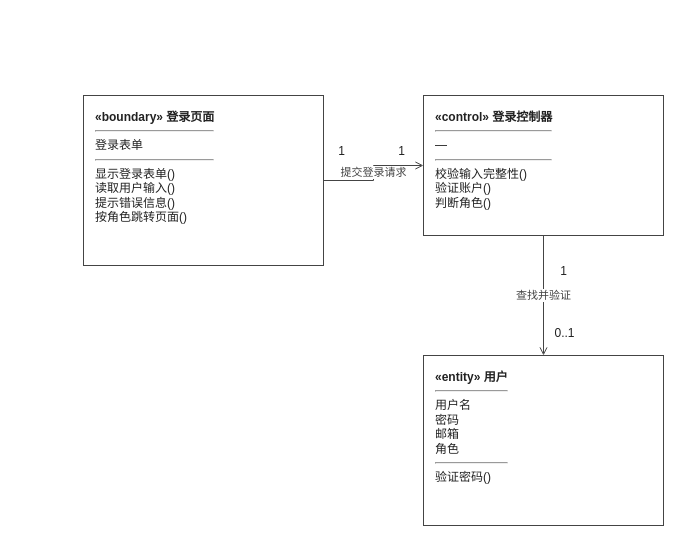
Earlier version of the draw.io diagram docs/交付/1-账户管理-成员B/images/用户登录_类模型图.drawio (chennuo1101/electronic-photo-album-system1). Source tidied: cells renumbered, new cells numbered last; positions are measured from the earlier drawing's top-left corner, leaving out a move shared by most shapes. Both pictures are drawn from the tidied source at 100%, with x=0, y=0 at pixel (83, 95).
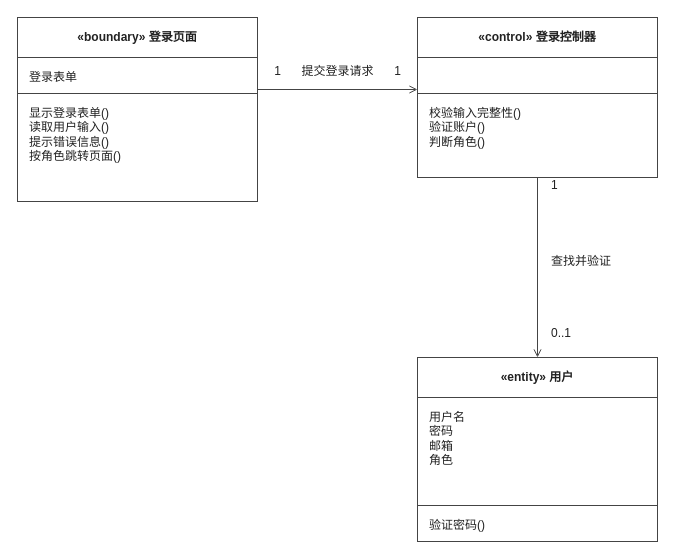
After the change.

Change to the diagram source:
```diff
@@
-    <mxCell id="2" value="&lt;b&gt;«boundary» 登录页面&lt;/b&gt;&lt;hr&gt;登录表单&lt;br&gt;&lt;hr&gt;显示登录表单()&lt;br&gt;读取用户输入()&lt;br&gt;提示错误信息()&lt;br&gt;按角色跳转页面()&lt;br&gt;" style="rounded=0;whiteSpace=wrap;html=1;fillColor=#FFFFFF;strokeColor=#444444;verticalAlign=top;align=left;spacingLeft=10;spacingTop=8;fontFamily=Microsoft YaHei;fontSize=12;fontColor=#222222;" parent="1" vertex="1">
-      <mxGeometry width="240" height="170" as="geometry" />
-    </mxCell>
-    <mxCell id="3" value="&lt;b&gt;«control» 登录控制器&lt;/b&gt;&lt;hr&gt;—&lt;hr&gt;校验输入完整性()&lt;br&gt;验证账户()&lt;br&gt;判断角色()&lt;br&gt;" style="rounded=0;whiteSpace=wrap;html=1;fillColor=#FFFFFF;strokeColor=#444444;verticalAlign=top;align=left;spacingLeft=10;spacingTop=8;fontFamily=Microsoft YaHei;fontSize=12;fontColor=#222222;" parent="1" vertex="1">
-      <mxGeometry x="340" width="240" height="140" as="geometry" />
-    </mxCell>
-    <mxCell id="4" value="&lt;b&gt;«entity» 用户&lt;/b&gt;&lt;hr&gt;用户名&lt;br&gt;密码&lt;br&gt;邮箱&lt;br&gt;角色&lt;br&gt;&lt;hr&gt;验证密码()&lt;br&gt;" style="rounded=0;whiteSpace=wrap;html=1;fillColor=#FFFFFF;strokeColor=#444444;verticalAlign=top;align=left;spacingLeft=10;spacingTop=8;fontFamily=Microsoft YaHei;fontSize=12;fontColor=#222222;" parent="1" vertex="1">
-      <mxGeometry x="340" y="260" width="240" height="170" as="geometry" />
-    </mxCell>
+    <mxCell id="11" value="«boundary» 登录页面" style="rounded=0;whiteSpace=wrap;html=1;fillColor=#FFFFFF;strokeColor=#444444;align=center;verticalAlign=middle;fontStyle=1;fontFamily=Microsoft YaHei;fontSize=12;fontColor=#222222;" parent="1" vertex="1">
+      <mxGeometry x="-66" y="-78" width="240" height="40" as="geometry" />
+    </mxCell>
+    <mxCell id="12" value="登录表单" style="rounded=0;whiteSpace=wrap;html=1;fillColor=#FFFFFF;strokeColor=#444444;verticalAlign=top;align=left;spacingLeft=10;spacingTop=6;fontFamily=Microsoft YaHei;fontSize=12;fontColor=#222222;" parent="1" vertex="1">
+      <mxGeometry x="-66" y="-38" width="240" height="36" as="geometry" />
+    </mxCell>
+    <mxCell id="13" value="显示登录表单()&#10;读取用户输入()&#10;提示错误信息()&#10;按角色跳转页面()" style="rounded=0;whiteSpace=wrap;html=1;fillColor=#FFFFFF;strokeColor=#444444;verticalAlign=top;align=left;spacingLeft=10;spacingTop=6;fontFamily=Microsoft YaHei;fontSize=12;fontColor=#222222;" parent="1" vertex="1">
+      <mxGeometry x="-66" y="-2" width="240" height="108" as="geometry" />
+    </mxCell>
+    <mxCell id="14" value="«control» 登录控制器" style="rounded=0;whiteSpace=wrap;html=1;fillColor=#FFFFFF;strokeColor=#444444;align=center;verticalAlign=middle;fontStyle=1;fontFamily=Microsoft YaHei;fontSize=12;fontColor=#222222;" parent="1" vertex="1">
+      <mxGeometry x="334" y="-78" width="240" height="40" as="geometry" />
+    </mxCell>
+    <mxCell id="15" style="rounded=0;whiteSpace=wrap;html=1;fillColor=#FFFFFF;strokeColor=#444444;verticalAlign=top;align=left;spacingLeft=10;spacingTop=6;fontFamily=Microsoft YaHei;fontSize=12;fontColor=#222222;" parent="1" vertex="1">
+      <mxGeometry x="334" y="-38" width="240" height="36" as="geometry" />
+    </mxCell>
+    <mxCell id="16" value="校验输入完整性()&#10;验证账户()&#10;判断角色()" style="rounded=0;whiteSpace=wrap;html=1;fillColor=#FFFFFF;strokeColor=#444444;verticalAlign=top;align=left;spacingLeft=10;spacingTop=6;fontFamily=Microsoft YaHei;fontSize=12;fontColor=#222222;" parent="1" vertex="1">
+      <mxGeometry x="334" y="-2" width="240" height="84" as="geometry" />
+    </mxCell>
+    <mxCell id="17" value="«entity» 用户" style="rounded=0;whiteSpace=wrap;html=1;fillColor=#FFFFFF;strokeColor=#444444;align=center;verticalAlign=middle;fontStyle=1;fontFamily=Microsoft YaHei;fontSize=12;fontColor=#222222;" parent="1" vertex="1">
+      <mxGeometry x="334" y="262" width="240" height="40" as="geometry" />
+    </mxCell>
+    <mxCell id="18" value="用户名&#10;密码&#10;邮箱&#10;角色" style="rounded=0;whiteSpace=wrap;html=1;fillColor=#FFFFFF;strokeColor=#444444;verticalAlign=top;align=left;spacingLeft=10;spacingTop=6;fontFamily=Microsoft YaHei;fontSize=12;fontColor=#222222;" parent="1" vertex="1">
+      <mxGeometry x="334" y="302" width="240" height="108" as="geometry" />
+    </mxCell>
+    <mxCell id="19" value="验证密码()" style="rounded=0;whiteSpace=wrap;html=1;fillColor=#FFFFFF;strokeColor=#444444;verticalAlign=top;align=left;spacingLeft=10;spacingTop=6;fontFamily=Microsoft YaHei;fontSize=12;fontColor=#222222;" parent="1" vertex="1">
+      <mxGeometry x="334" y="410" width="240" height="36" as="geometry" />
+    </mxCell>
-    <mxCell id="5" value="提交登录请求" style="edgeStyle=orthogonalEdgeStyle;rounded=0;html=1;strokeColor=#444444;strokeWidth=1;fontFamily=Microsoft YaHei;fontSize=11;fontColor=#444444;labelBackgroundColor=#FFFFFF;startArrow=none;endArrow=open;exitX=1;exitY=0.5;entryX=0;entryY=0.5;" parent="1" edge="1" source="2" target="3">
-      <mxGeometry relative="1" as="geometry" />
+    <mxCell id="5" style="html=1;rounded=0;strokeColor=#444444;strokeWidth=1;startArrow=none;endArrow=open;endFill=0;" parent="1" edge="1">
+      <mxGeometry relative="1" as="geometry">
+        <mxPoint x="174" y="-6" as="sourcePoint" />
+        <mxPoint x="334" y="-6" as="targetPoint" />
+      </mxGeometry>
     </mxCell>
+    <mxCell id="20" value="1" style="text;html=1;align=center;verticalAlign=middle;fillColor=none;strokeColor=none;fontFamily=Microsoft YaHei;fontSize=12;fontColor=#222222;" parent="1" vertex="1">
+      <mxGeometry x="182" y="-34" width="24" height="20" as="geometry" />
+    </mxCell>
+    <mxCell id="21" value="1" style="text;html=1;align=center;verticalAlign=middle;fillColor=none;strokeColor=none;fontFamily=Microsoft YaHei;fontSize=12;fontColor=#222222;" parent="1" vertex="1">
+      <mxGeometry x="302" y="-34" width="24" height="20" as="geometry" />
+    </mxCell>
+    <mxCell id="22" value="提交登录请求" style="text;html=1;align=center;verticalAlign=middle;fillColor=none;strokeColor=none;fontFamily=Microsoft YaHei;fontSize=12;fontColor=#222222;" parent="1" vertex="1">
+      <mxGeometry x="209" y="-34" width="90" height="20" as="geometry" />
+    </mxCell>
-    <mxCell id="6" value="查找并验证" style="edgeStyle=orthogonalEdgeStyle;rounded=0;html=1;strokeColor=#444444;strokeWidth=1;fontFamily=Microsoft YaHei;fontSize=11;fontColor=#444444;labelBackgroundColor=#FFFFFF;startArrow=none;endArrow=open;exitX=0.5;exitY=1;entryX=0.5;entryY=0;" parent="1" edge="1" source="3" target="4">
-      <mxGeometry relative="1" as="geometry" />
+    <mxCell id="6" style="html=1;rounded=0;strokeColor=#444444;strokeWidth=1;startArrow=none;endArrow=open;endFill=0;" parent="1" edge="1">
+      <mxGeometry relative="1" as="geometry">
+        <mxPoint x="454" y="82" as="sourcePoint" />
+        <mxPoint x="454" y="262" as="targetPoint" />
+      </mxGeometry>
     </mxCell>
-    <mxCell id="7" value="1" style="text;html=1;align=center;verticalAlign=middle;fillColor=none;strokeColor=none;fontFamily=Microsoft YaHei;fontSize=12;fontColor=#222222;" parent="1" vertex="1">
-      <mxGeometry x="248" y="46" width="20" height="20" as="geometry" />
-    </mxCell>
-    <mxCell id="8" value="1" style="text;html=1;align=center;verticalAlign=middle;fillColor=none;strokeColor=none;fontFamily=Microsoft YaHei;fontSize=12;fontColor=#222222;" parent="1" vertex="1">
-      <mxGeometry x="308" y="46" width="20" height="20" as="geometry" />
-    </mxCell>
-    <mxCell id="9" value="1" style="text;html=1;align=center;verticalAlign=middle;fillColor=none;strokeColor=none;fontFamily=Microsoft YaHei;fontSize=12;fontColor=#222222;" parent="1" vertex="1">
-      <mxGeometry x="470" y="166" width="20" height="20" as="geometry" />
-    </mxCell>
+    <mxCell id="23" value="1" style="text;html=1;align=left;verticalAlign=middle;fillColor=none;strokeColor=none;fontFamily=Microsoft YaHei;fontSize=12;fontColor=#222222;" parent="1" vertex="1">
+      <mxGeometry x="466" y="80" width="24" height="20" as="geometry" />
+    </mxCell>
+    <mxCell id="24" value="查找并验证" style="text;html=1;align=left;verticalAlign=middle;fillColor=none;strokeColor=none;fontFamily=Microsoft YaHei;fontSize=12;fontColor=#222222;" parent="1" vertex="1">
+      <mxGeometry x="466" y="156" width="90" height="20" as="geometry" />
+    </mxCell>
-    <mxCell id="10" value="0..1" style="text;html=1;align=center;verticalAlign=middle;fillColor=none;strokeColor=none;fontFamily=Microsoft YaHei;fontSize=12;fontColor=#222222;" parent="1" vertex="1">
-      <mxGeometry x="466" y="228" width="30" height="20" as="geometry" />
+    <mxCell id="10" value="0..1" style="text;html=1;align=left;verticalAlign=middle;fillColor=none;strokeColor=none;fontFamily=Microsoft YaHei;fontSize=12;fontColor=#222222;" parent="1" vertex="1">
+      <mxGeometry x="466" y="228" width="40" height="20" as="geometry" />
     </mxCell>
```
